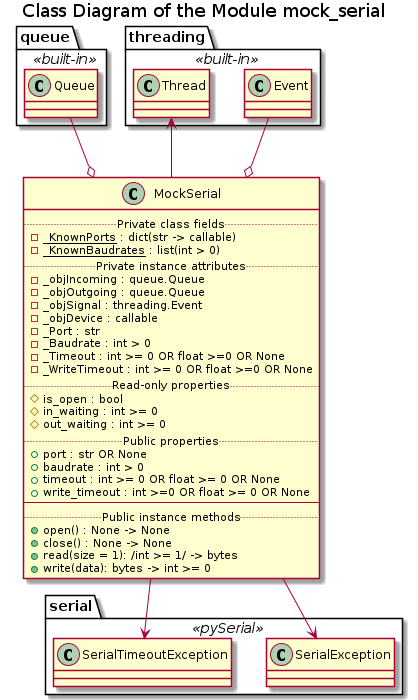
Before: Documentation/UML/mock_serial/mock_serial_classes.png, a diagram exported from PlantUML (FooBarShebang/com_lib).
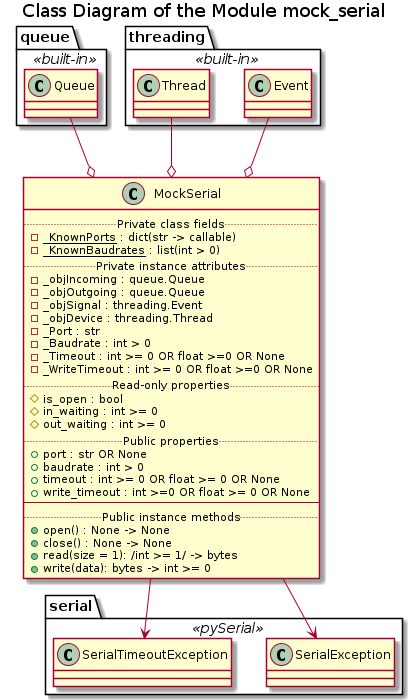
Above is the later version.

Diff of the diagram source:
```diff
@@ -23,7 +23,7 @@
 
 threading.Event --o MockSerial
 
-threading.Thread <-- MockSerial
+threading.Thread --o MockSerial
 
 namespace serial <<pySerial>> {
     class SerialException
```
